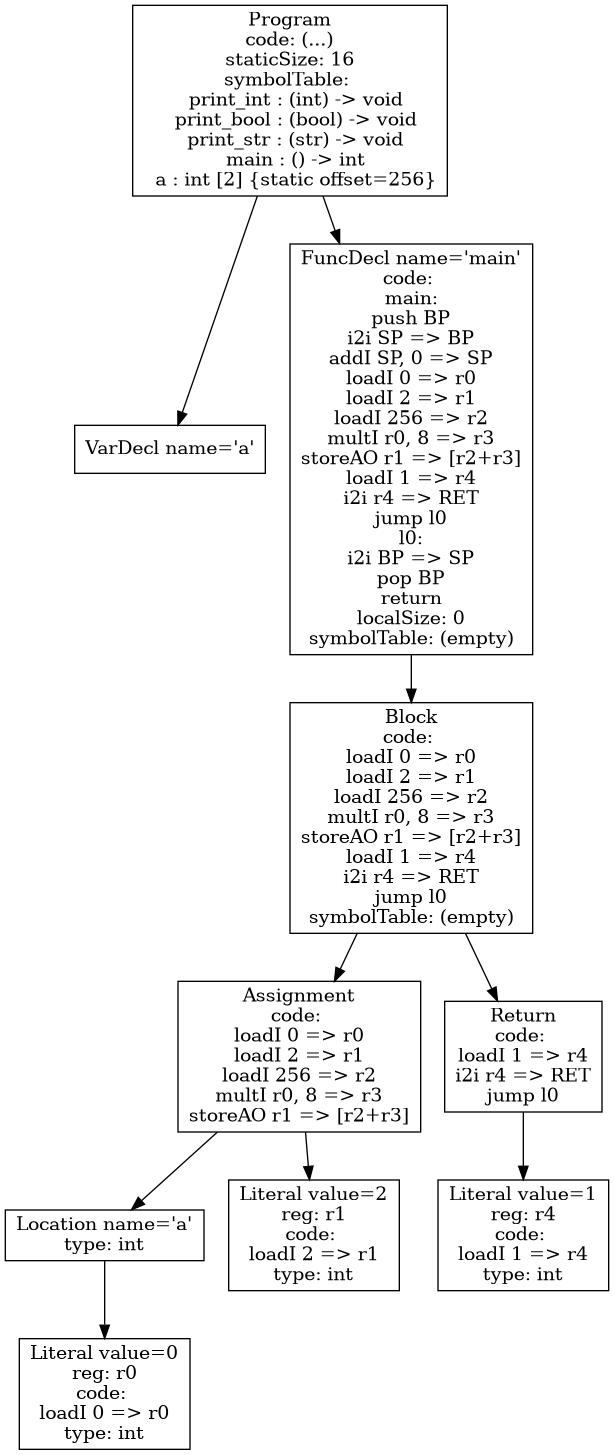
Before: p4-codegen/iloc-tree.png, a diagram exported from Graphviz (purejerome/cs432_project). Its source is kept beside it as p4-codegen/iloc-tree.dot.
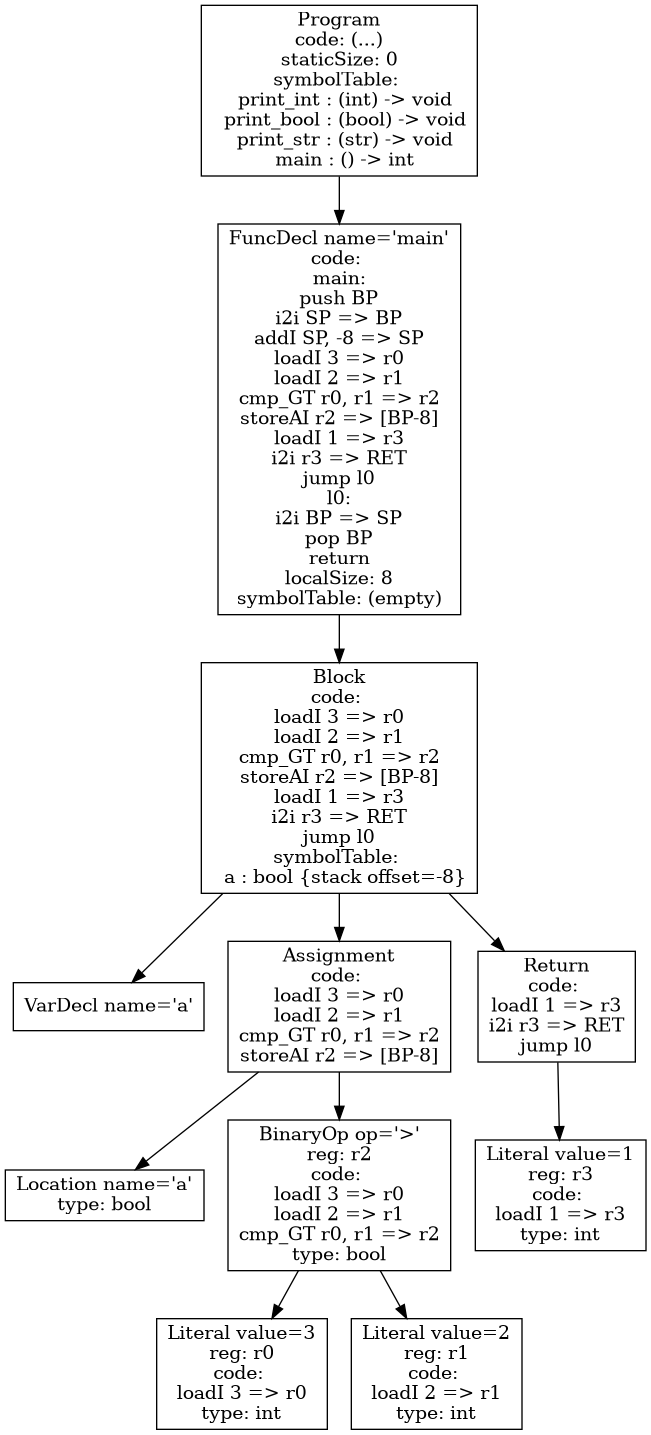
The same file after the commit.

The edit, as a diff of the source:
```diff
@@ -1,21 +1,23 @@
 digraph AST {
-1 [shape=box, label="VarDecl name='a'"];
-6 [shape=box, label="Literal value=0\nreg: r0\ncode: \nloadI 0 => r0\ntype: int"];
-5 [shape=box, label="Location name='a'\ntype: int"];
-5 -> 6;
-7 [shape=box, label="Literal value=2\nreg: r1\ncode: \nloadI 2 => r1\ntype: int"];
-4 [shape=box, label="Assignment\ncode: \nloadI 0 => r0\nloadI 2 => r1\nloadI 256 => r2\nmultI r0, 8 => r3\nstoreAO r1 => [r2+r3]"];
+3 [shape=box, label="VarDecl name='a'"];
+5 [shape=box, label="Location name='a'\ntype: bool"];
+7 [shape=box, label="Literal value=3\nreg: r0\ncode: \nloadI 3 => r0\ntype: int"];
+8 [shape=box, label="Literal value=2\nreg: r1\ncode: \nloadI 2 => r1\ntype: int"];
+6 [shape=box, label="BinaryOp op='>'\nreg: r2\ncode: \nloadI 3 => r0\nloadI 2 => r1\ncmp_GT r0, r1 => r2\ntype: bool"];
+6 -> 7;
+6 -> 8;
+4 [shape=box, label="Assignment\ncode: \nloadI 3 => r0\nloadI 2 => r1\ncmp_GT r0, r1 => r2\nstoreAI r2 => [BP-8]"];
 4 -> 5;
-4 -> 7;
-9 [shape=box, label="Literal value=1\nreg: r4\ncode: \nloadI 1 => r4\ntype: int"];
-8 [shape=box, label="Return\ncode: \nloadI 1 => r4\ni2i r4 => RET\njump l0"];
-8 -> 9;
-3 [shape=box, label="Block\ncode: \nloadI 0 => r0\nloadI 2 => r1\nloadI 256 => r2\nmultI r0, 8 => r3\nstoreAO r1 => [r2+r3]\nloadI 1 => r4\ni2i r4 => RET\njump l0\nsymbolTable: (empty)"];
-3 -> 4;
-3 -> 8;
-2 [shape=box, label="FuncDecl name='main'\ncode: \nmain:\npush BP\ni2i SP => BP\naddI SP, 0 => SP\nloadI 0 => r0\nloadI 2 => r1\nloadI 256 => r2\nmultI r0, 8 => r3\nstoreAO r1 => [r2+r3]\nloadI 1 => r4\ni2i r4 => RET\njump l0\nl0:\ni2i BP => SP\npop BP\nreturn\nlocalSize: 0\nsymbolTable: (empty)"];
+4 -> 6;
+10 [shape=box, label="Literal value=1\nreg: r3\ncode: \nloadI 1 => r3\ntype: int"];
+9 [shape=box, label="Return\ncode: \nloadI 1 => r3\ni2i r3 => RET\njump l0"];
+9 -> 10;
+2 [shape=box, label="Block\ncode: \nloadI 3 => r0\nloadI 2 => r1\ncmp_GT r0, r1 => r2\nstoreAI r2 => [BP-8]\nloadI 1 => r3\ni2i r3 => RET\njump l0\nsymbolTable: \n  a : bool {stack offset=-8}"];
 2 -> 3;
-0 [shape=box, label="Program\ncode: (...)\nstaticSize: 16\nsymbolTable: \n  print_int : (int) -> void\n  print_bool : (bool) -> void\n  print_str : (str) -> void\n  main : () -> int\n  a : int [2] {static offset=256}"];
+2 -> 4;
+2 -> 9;
+1 [shape=box, label="FuncDecl name='main'\ncode: \nmain:\npush BP\ni2i SP => BP\naddI SP, -8 => SP\nloadI 3 => r0\nloadI 2 => r1\ncmp_GT r0, r1 => r2\nstoreAI r2 => [BP-8]\nloadI 1 => r3\ni2i r3 => RET\njump l0\nl0:\ni2i BP => SP\npop BP\nreturn\nlocalSize: 8\nsymbolTable: (empty)"];
+1 -> 2;
+0 [shape=box, label="Program\ncode: (...)\nstaticSize: 0\nsymbolTable: \n  print_int : (int) -> void\n  print_bool : (bool) -> void\n  print_str : (str) -> void\n  main : () -> int"];
 0 -> 1;
-0 -> 2;
 }
```
